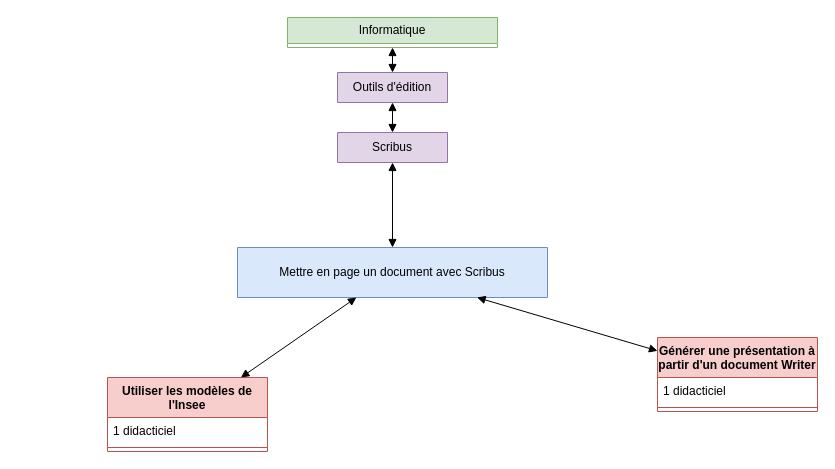
Before: Scribus.drawio in jean-seb-2106/pythontest, a draw.io diagram. Source tidied: cells renumbered, new cells numbered last; positions are measured from the earlier drawing's top-left corner, leaving out a move shared by most shapes. Both pictures are drawn from the tidied source at 100%, with x=0, y=0 at pixel (107, 17).
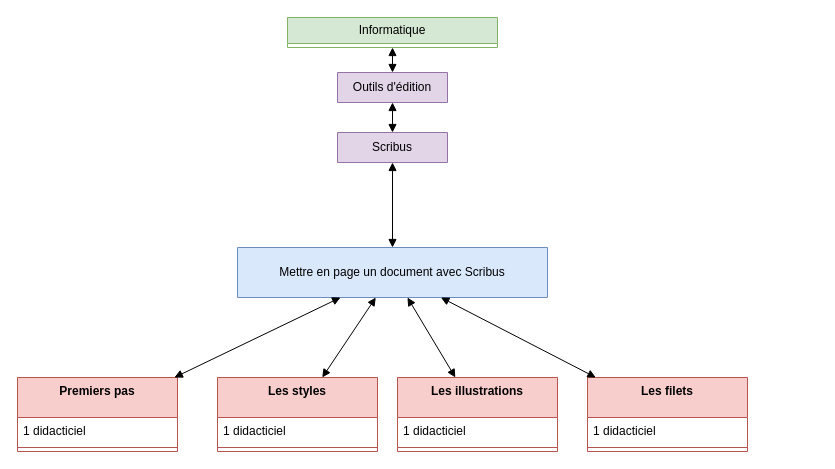
Above is the later version.

Commit message:
Mettre à jour Scribus.drawio

Unchanged cells that the change refers to:
```xml
<mxCell id="5" value="Mettre en page un document avec Scribus" style="swimlane;fontStyle=0;horizontal=1;startSize=50;fillColor=#dae8fc;whiteSpace=wrap;html=1;strokeColor=#6c8ebf;" parent="1" vertex="1" collapsed="1">
  <mxGeometry x="130" y="230" width="310" height="50" as="geometry" />
</mxCell>
```

Change to the diagram source:
```diff
@@
-    <mxCell id="9" value="Générer une présentation à partir d'un document Writer" style="swimlane;fontStyle=1;align=center;verticalAlign=top;horizontal=1;startSize=40;whiteSpace=wrap;html=1;fillColor=#f8cecc;strokeColor=#b85450;" parent="1" vertex="1">
-      <mxGeometry x="550" y="320" width="160" height="74" as="geometry" />
+    <mxCell id="9" value="Les styles" style="swimlane;fontStyle=1;align=center;verticalAlign=top;horizontal=1;startSize=40;whiteSpace=wrap;html=1;fillColor=#f8cecc;strokeColor=#b85450;" parent="1" vertex="1">
+      <mxGeometry x="110" y="360" width="160" height="74" as="geometry" />
     </mxCell>
@@
-    <mxCell id="12" value="Utiliser les modèles de l'Insee" style="swimlane;fontStyle=1;align=center;verticalAlign=top;horizontal=1;startSize=40;whiteSpace=wrap;html=1;fillColor=#f8cecc;strokeColor=#b85450;" parent="1" vertex="1">
-      <mxGeometry y="360" width="160" height="74" as="geometry" />
+    <mxCell id="12" value="Premiers pas" style="swimlane;fontStyle=1;align=center;verticalAlign=top;horizontal=1;startSize=40;whiteSpace=wrap;html=1;fillColor=#f8cecc;strokeColor=#b85450;" parent="1" vertex="1">
+      <mxGeometry x="-90" y="360" width="160" height="74" as="geometry" />
     </mxCell>
@@
+    <mxCell id="17" value="Les illustrations" style="swimlane;fontStyle=1;align=center;verticalAlign=top;horizontal=1;startSize=40;whiteSpace=wrap;html=1;fillColor=#f8cecc;strokeColor=#b85450;" parent="1" vertex="1">
+      <mxGeometry x="290" y="360" width="160" height="74" as="geometry" />
+    </mxCell>
+    <mxCell id="18" value="1 didacticiel" style="text;strokeColor=none;fillColor=none;align=left;verticalAlign=top;spacingLeft=4;spacingRight=4;overflow=hidden;whiteSpace=wrap;html=1;" parent="17" vertex="1">
+      <mxGeometry y="40" width="160" height="26" as="geometry" />
+    </mxCell>
+    <mxCell id="19" style="line;strokeWidth=1;fillColor=none;align=left;verticalAlign=middle;spacingTop=-1;spacingLeft=3;spacingRight=3;labelPosition=right;strokeColor=inherit;" parent="17" vertex="1">
+      <mxGeometry y="66" width="160" height="8" as="geometry" />
+    </mxCell>
+    <mxCell id="20" value="Les filets" style="swimlane;fontStyle=1;align=center;verticalAlign=top;horizontal=1;startSize=40;whiteSpace=wrap;html=1;fillColor=#f8cecc;strokeColor=#b85450;" parent="1" vertex="1">
+      <mxGeometry x="480" y="360" width="160" height="74" as="geometry" />
+    </mxCell>
+    <mxCell id="21" value="1 didacticiel" style="text;strokeColor=none;fillColor=none;align=left;verticalAlign=top;spacingLeft=4;spacingRight=4;overflow=hidden;whiteSpace=wrap;html=1;" parent="20" vertex="1">
+      <mxGeometry y="40" width="160" height="26" as="geometry" />
+    </mxCell>
+    <mxCell id="22" style="line;strokeWidth=1;fillColor=none;align=left;verticalAlign=middle;spacingTop=-1;spacingLeft=3;spacingRight=3;labelPosition=right;strokeColor=inherit;" parent="20" vertex="1">
+      <mxGeometry y="66" width="160" height="8" as="geometry" />
+    </mxCell>
+    <mxCell id="23" style="endArrow=block;startArrow=block;endFill=1;startFill=1;html=1;rounded=0;" parent="1" edge="1" source="5" target="17">
+      <mxGeometry relative="1" as="geometry" />
+    </mxCell>
+    <mxCell id="24" style="endArrow=block;startArrow=block;endFill=1;startFill=1;html=1;rounded=0;" parent="1" edge="1" source="5" target="20">
+      <mxGeometry relative="1" as="geometry" />
+    </mxCell>
```
